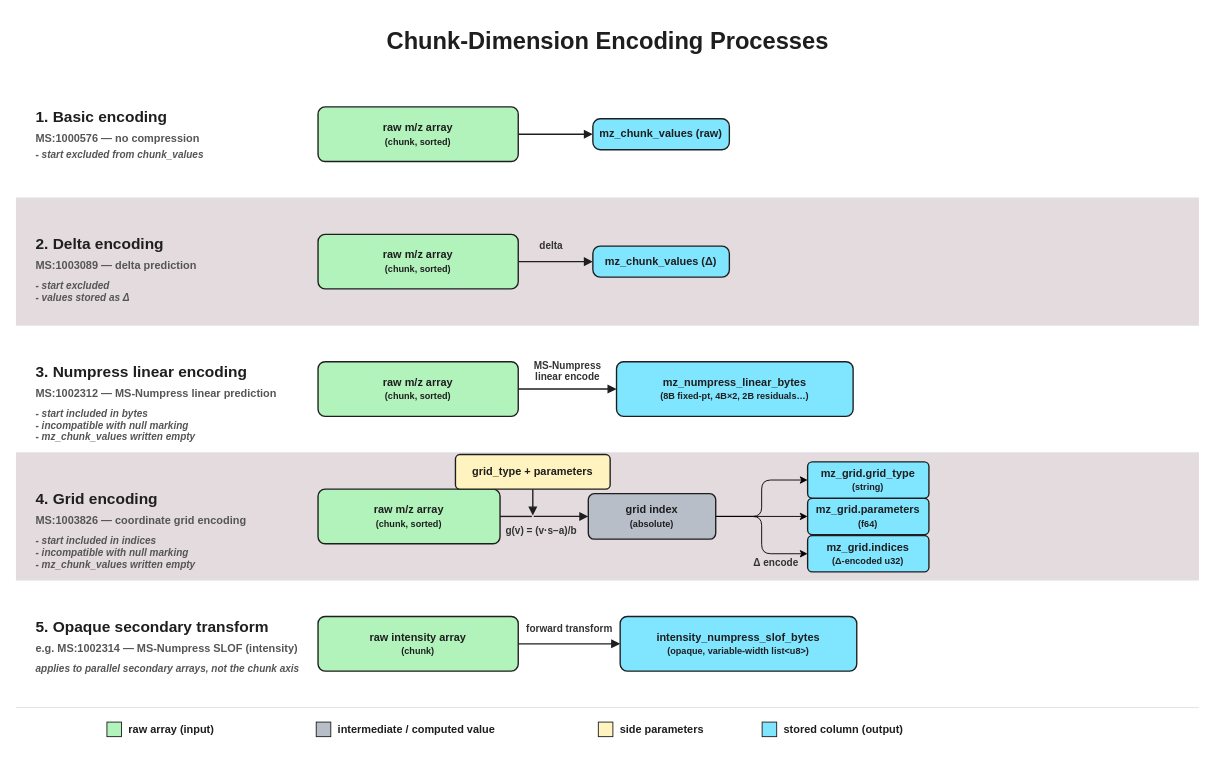
The draw.io diagram docs/assets/img/chunk_encoding_processes.drawio in HUPO-PSI/mzPeak-specification, before the edit. Source tidied: cells renumbered, new cells numbered last; positions are measured from the earlier drawing's top-left corner, leaving out a move shared by most shapes. Both pictures are drawn from the tidied source at 91%, with x=0, y=0 at pixel (15, 15).
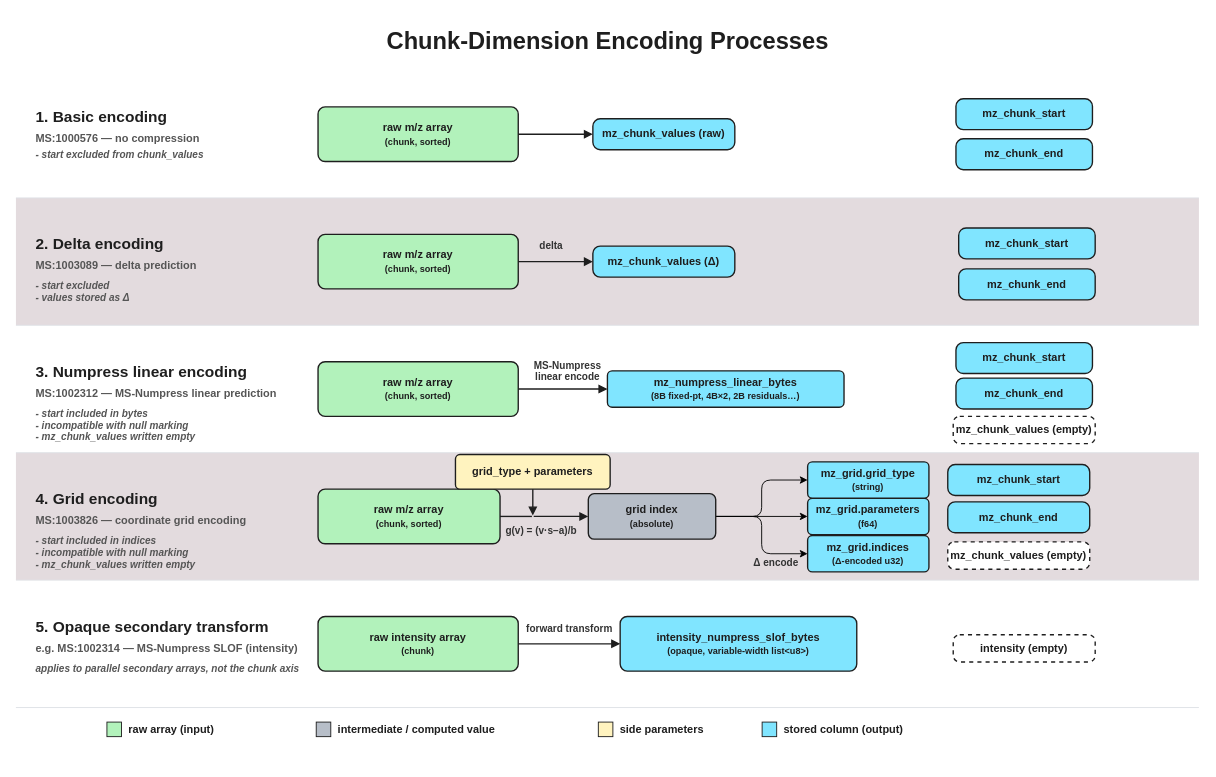
The same diagram, later.

Diff of the diagram source:
```diff
@@
     <mxCell id="20" value="mz_chunk_values (raw)" style="rounded=1;arcSize=24;whiteSpace=wrap;html=1;fillColor=#80e5ff;strokeColor=#1e1e1e;strokeWidth=1.5;fontStyle=1;fontSize=12;fontFamily=Arial;fontColor=#1e1e1e;" parent="1" vertex="1">
-      <mxGeometry x="634" y="113" width="150" height="34" as="geometry" />
+      <mxGeometry x="634" y="113" width="156" height="34" as="geometry" />
     </mxCell>
@@
     <mxCell id="27" value="mz_chunk_values (Δ)" style="rounded=1;arcSize=24;whiteSpace=wrap;html=1;fillColor=#80e5ff;strokeColor=#1e1e1e;strokeWidth=1.5;fontStyle=1;fontSize=12;fontFamily=Arial;fontColor=#1e1e1e;" parent="1" vertex="1">
-      <mxGeometry x="634" y="253" width="150" height="34" as="geometry" />
+      <mxGeometry x="634" y="253" width="156" height="34" as="geometry" />
     </mxCell>
@@
     <mxCell id="33" value="mz_numpress_linear_bytes&lt;br&gt;&lt;font style=&quot;font-size: 10px;&quot;&gt;(8B fixed-pt, 4B×2, 2B residuals…)&lt;/font&gt;" style="rounded=1;arcSize=13;whiteSpace=wrap;html=1;fillColor=#80e5ff;strokeColor=#1e1e1e;strokeWidth=1.5;fontStyle=1;fontSize=12;fontFamily=Arial;fontColor=#1e1e1e;" parent="1" vertex="1">
-      <mxGeometry x="660" y="380" width="260" height="60" as="geometry" />
+      <mxGeometry x="650" y="390" width="260" height="40" as="geometry" />
     </mxCell>
@@
+    <mxCell id="69" value="mz_chunk_values (empty)" style="rounded=1;arcSize=24;whiteSpace=wrap;html=1;fillColor=light-dark(#FFFFFF,#80E5FF);strokeColor=#1e1e1e;strokeWidth=1.5;fontStyle=1;fontSize=12;fontFamily=Arial;fontColor=#1e1e1e;dashed=1;" parent="1" vertex="1">
+      <mxGeometry x="1030" y="440" width="156" height="30" as="geometry" />
+    </mxCell>
+    <mxCell id="70" value="mz_chunk_values (empty)" style="rounded=1;arcSize=24;whiteSpace=wrap;html=1;fillColor=light-dark(#FFFFFF,#80E5FF);strokeColor=#1e1e1e;strokeWidth=1.5;fontStyle=1;fontSize=12;fontFamily=Arial;fontColor=#1e1e1e;dashed=1;" parent="1" vertex="1">
+      <mxGeometry x="1024" y="578" width="156" height="30" as="geometry" />
+    </mxCell>
+    <mxCell id="71" value="intensity (empty)" style="rounded=1;arcSize=24;whiteSpace=wrap;html=1;fillColor=light-dark(#FFFFFF,#80E5FF);strokeColor=#1e1e1e;strokeWidth=1.5;fontStyle=1;fontSize=12;fontFamily=Arial;fontColor=#1e1e1e;dashed=1;" parent="1" vertex="1">
+      <mxGeometry x="1030" y="680" width="156" height="30" as="geometry" />
+    </mxCell>
+    <mxCell id="72" value="mz_chunk_start" style="rounded=1;arcSize=24;whiteSpace=wrap;html=1;fillColor=#80e5ff;strokeColor=#1e1e1e;strokeWidth=1.5;fontStyle=1;fontSize=12;fontFamily=Arial;fontColor=#1e1e1e;" parent="1" vertex="1">
+      <mxGeometry x="1036" y="233" width="150" height="34" as="geometry" />
+    </mxCell>
+    <mxCell id="73" value="mz_chunk_start" style="rounded=1;arcSize=24;whiteSpace=wrap;html=1;fillColor=#80e5ff;strokeColor=#1e1e1e;strokeWidth=1.5;fontStyle=1;fontSize=12;fontFamily=Arial;fontColor=#1e1e1e;" parent="1" vertex="1">
+      <mxGeometry x="1033" y="91" width="150" height="34" as="geometry" />
+    </mxCell>
+    <mxCell id="74" value="mz_chunk_start" style="rounded=1;arcSize=24;whiteSpace=wrap;html=1;fillColor=#80e5ff;strokeColor=#1e1e1e;strokeWidth=1.5;fontStyle=1;fontSize=12;fontFamily=Arial;fontColor=#1e1e1e;" parent="1" vertex="1">
+      <mxGeometry x="1033" y="359" width="150" height="34" as="geometry" />
+    </mxCell>
+    <mxCell id="75" value="mz_chunk_start" style="rounded=1;arcSize=24;whiteSpace=wrap;html=1;fillColor=#80e5ff;strokeColor=#1e1e1e;strokeWidth=1.5;fontStyle=1;fontSize=12;fontFamily=Arial;fontColor=#1e1e1e;" parent="1" vertex="1">
+      <mxGeometry x="1024" y="493" width="156" height="34" as="geometry" />
+    </mxCell>
+    <mxCell id="76" value="mz_chunk_end" style="rounded=1;arcSize=24;whiteSpace=wrap;html=1;fillColor=#80e5ff;strokeColor=#1e1e1e;strokeWidth=1.5;fontStyle=1;fontSize=12;fontFamily=Arial;fontColor=#1e1e1e;" parent="1" vertex="1">
+      <mxGeometry x="1036" y="278" width="150" height="34" as="geometry" />
+    </mxCell>
+    <mxCell id="77" value="mz_chunk_end" style="rounded=1;arcSize=24;whiteSpace=wrap;html=1;fillColor=#80e5ff;strokeColor=#1e1e1e;strokeWidth=1.5;fontStyle=1;fontSize=12;fontFamily=Arial;fontColor=#1e1e1e;" parent="1" vertex="1">
+      <mxGeometry x="1033" y="135" width="150" height="34" as="geometry" />
+    </mxCell>
+    <mxCell id="78" value="mz_chunk_end" style="rounded=1;arcSize=24;whiteSpace=wrap;html=1;fillColor=#80e5ff;strokeColor=#1e1e1e;strokeWidth=1.5;fontStyle=1;fontSize=12;fontFamily=Arial;fontColor=#1e1e1e;" parent="1" vertex="1">
+      <mxGeometry x="1033" y="398" width="150" height="34" as="geometry" />
+    </mxCell>
+    <mxCell id="79" value="mz_chunk_end" style="rounded=1;arcSize=24;whiteSpace=wrap;html=1;fillColor=#80e5ff;strokeColor=#1e1e1e;strokeWidth=1.5;fontStyle=1;fontSize=12;fontFamily=Arial;fontColor=#1e1e1e;" parent="1" vertex="1">
+      <mxGeometry x="1024" y="534" width="156" height="34" as="geometry" />
+    </mxCell>
```
